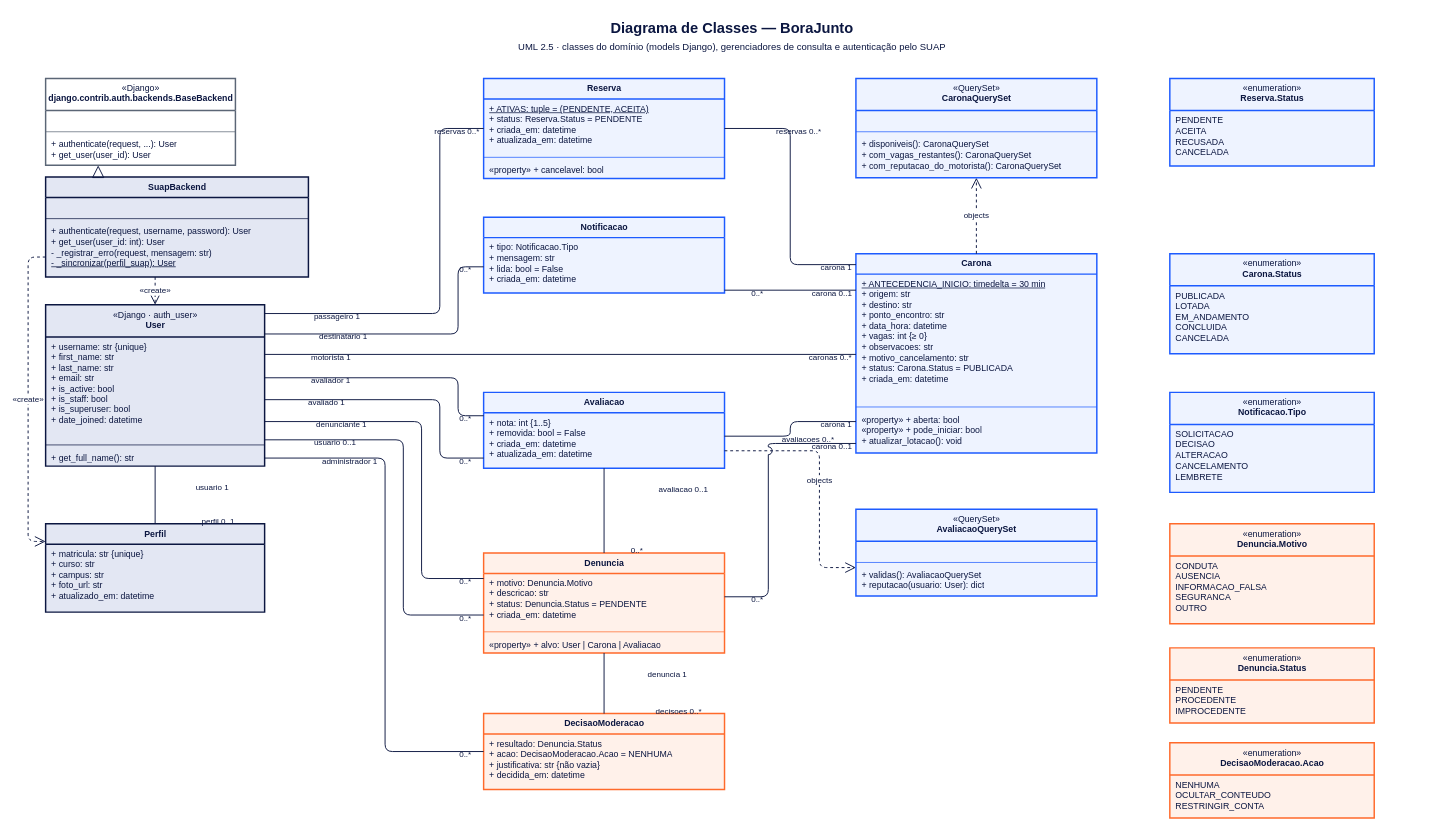
vMatheusCouto/borajunto keeps this draw.io diagram as docs/diagrama-de-classes.drawio. Above is the earlier version. Source tidied: cells renumbered, new cells numbered last; positions are measured from the earlier drawing's top-left corner, leaving out a move shared by most shapes. Both pictures are drawn from the tidied source at 73%, with x=0, y=0 at pixel (28, 12).
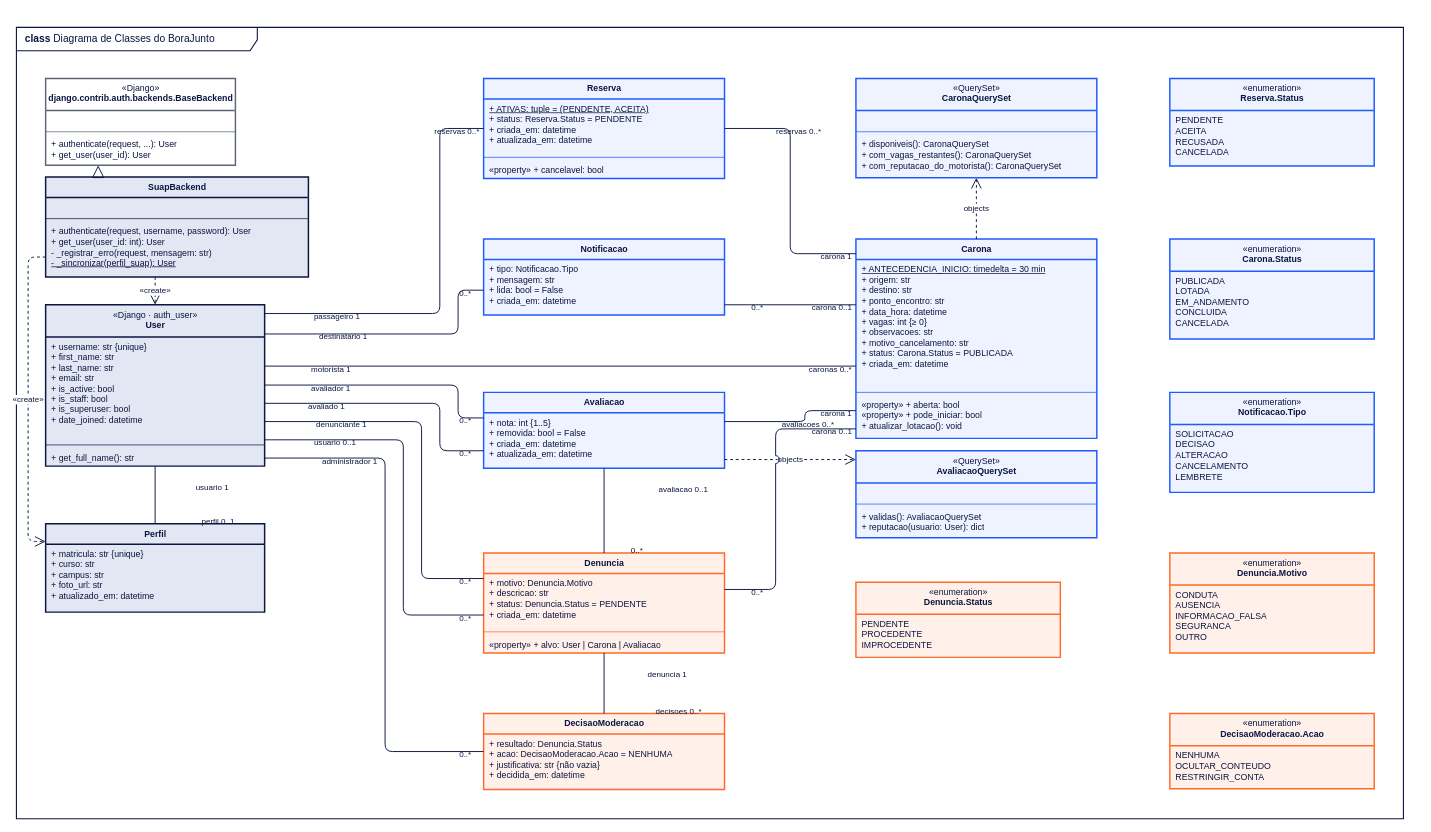
After the change.

Commit message (it also covers changes not shown here):
docs: usa a moldura UML e reorganiza o diagrama de classes

The change refers to these unchanged cells:
```xml
<mxCell id="12" value="«Django · auth_user»&lt;br&gt;&lt;b&gt;User&lt;/b&gt;" style="swimlane;html=1;fontStyle=0;align=center;verticalAlign=top;horizontal=1;startSize=44;fillColor=#E3E7F3;swimlaneFillColor=#E3E7F3;strokeColor=#0B1640;strokeWidth=2;fontColor=#0B1640;fontFamily=Helvetica;fontSize=12;" parent="1" vertex="1">
  <mxGeometry x="24" y="400" width="300" height="221" as="geometry" />
</mxCell>
<mxCell id="18" value="&lt;b&gt;Reserva&lt;/b&gt;" style="swimlane;html=1;fontStyle=0;align=center;verticalAlign=top;horizontal=1;startSize=28;fillColor=#EEF3FF;swimlaneFillColor=#EEF3FF;strokeColor=#1D5BFF;strokeWidth=2;fontColor=#0B1640;fontFamily=Helvetica;fontSize=12;" parent="1" vertex="1">
  <mxGeometry x="624" y="90" width="330" height="137" as="geometry" />
</mxCell>
<mxCell id="24" value="&lt;b&gt;Avaliacao&lt;/b&gt;" style="swimlane;html=1;fontStyle=0;align=center;verticalAlign=top;horizontal=1;startSize=28;fillColor=#EEF3FF;swimlaneFillColor=#EEF3FF;strokeColor=#1D5BFF;strokeWidth=2;fontColor=#0B1640;fontFamily=Helvetica;fontSize=12;" parent="1" vertex="1">
  <mxGeometry x="624" y="520" width="330" height="104" as="geometry" />
</mxCell>
<mxCell id="26" value="&lt;b&gt;Denuncia&lt;/b&gt;" style="swimlane;html=1;fontStyle=0;align=center;verticalAlign=top;horizontal=1;startSize=28;fillColor=#FFF1EA;swimlaneFillColor=#FFF1EA;strokeColor=#FF6A2B;strokeWidth=2;fontColor=#0B1640;fontFamily=Helvetica;fontSize=12;" parent="1" vertex="1">
  <mxGeometry x="624" y="740" width="330" height="137" as="geometry" />
</mxCell>
```

Change to the diagram source:
```diff
@@
-    <mxCell id="2" value="Diagrama de Classes — BoraJunto" style="text;html=1;align=center;verticalAlign=middle;fontFamily=Helvetica;fontSize=20;fontColor=#0B1640;fontStyle=1;" parent="1" vertex="1">
-      <mxGeometry x="24" width="1880" height="40" as="geometry" />
-    </mxCell>
-    <mxCell id="3" value="UML 2.5 · classes do domínio (models Django), gerenciadores de consulta e autenticação pelo SUAP" style="text;html=1;align=center;verticalAlign=middle;fontFamily=Helvetica;fontSize=13;fontColor=#0B1640;fontStyle=0;" parent="1" vertex="1">
-      <mxGeometry x="24" y="34" width="1880" height="24" as="geometry" />
-    </mxCell>
+    <mxCell id="106" value="&lt;b&gt;class&lt;/b&gt; Diagrama de Classes do BoraJunto" style="shape=umlFrame;whiteSpace=wrap;html=1;width=330;height=32;boundedLbl=1;verticalAlign=middle;align=left;spacingLeft=10;fillColor=none;swimlaneFillColor=none;strokeColor=#0B1640;strokeWidth=1.5;fontColor=#0B1640;fontFamily=Helvetica;fontSize=14;" parent="1" vertex="1">
+      <mxGeometry x="-16" y="20" width="1900" height="1084" as="geometry" />
+    </mxCell>
@@
     <mxCell id="22" value="&lt;b&gt;Notificacao&lt;/b&gt;" style="swimlane;html=1;fontStyle=0;align=center;verticalAlign=top;horizontal=1;startSize=28;fillColor=#EEF3FF;swimlaneFillColor=#EEF3FF;strokeColor=#1D5BFF;strokeWidth=2;fontColor=#0B1640;fontFamily=Helvetica;fontSize=12;" parent="1" vertex="1">
-      <mxGeometry x="624" y="280" width="330" height="104" as="geometry" />
+      <mxGeometry x="624" y="310" width="330" height="104" as="geometry" />
     </mxCell>
@@
     <mxCell id="36" value="&lt;b&gt;Carona&lt;/b&gt;" style="swimlane;html=1;fontStyle=0;align=center;verticalAlign=top;horizontal=1;startSize=28;fillColor=#EEF3FF;swimlaneFillColor=#EEF3FF;strokeColor=#1D5BFF;strokeWidth=2;fontColor=#0B1640;fontFamily=Helvetica;fontSize=12;" parent="1" vertex="1">
-      <mxGeometry x="1134" y="330" width="330" height="273" as="geometry" />
+      <mxGeometry x="1134" y="310" width="330" height="273" as="geometry" />
     </mxCell>
@@
     <mxCell id="40" value="«QuerySet»&lt;br&gt;&lt;b&gt;AvaliacaoQuerySet&lt;/b&gt;" style="swimlane;html=1;fontStyle=0;align=center;verticalAlign=top;horizontal=1;startSize=44;fillColor=#EEF3FF;swimlaneFillColor=#EEF3FF;strokeColor=#1D5BFF;strokeWidth=2;fontColor=#0B1640;fontFamily=Helvetica;fontSize=12;" parent="1" vertex="1">
-      <mxGeometry x="1134" y="680" width="330" height="119" as="geometry" />
+      <mxGeometry x="1134" y="600" width="330" height="119" as="geometry" />
     </mxCell>
@@
     <mxCell id="44" value="«enumeration»&lt;br&gt;&lt;b&gt;Carona.Status&lt;/b&gt;" style="swimlane;html=1;fontStyle=0;align=center;verticalAlign=top;horizontal=1;startSize=44;fillColor=#EEF3FF;swimlaneFillColor=#EEF3FF;strokeColor=#1D5BFF;strokeWidth=2;fontColor=#0B1640;fontFamily=Helvetica;fontSize=12;" parent="1" vertex="1">
-      <mxGeometry x="1564" y="330" width="280" height="137" as="geometry" />
+      <mxGeometry x="1564" y="310" width="280" height="137" as="geometry" />
     </mxCell>
@@
     <mxCell id="50" value="«enumeration»&lt;br&gt;&lt;b&gt;Denuncia.Motivo&lt;/b&gt;" style="swimlane;html=1;fontStyle=0;align=center;verticalAlign=top;horizontal=1;startSize=44;fillColor=#FFF1EA;swimlaneFillColor=#FFF1EA;strokeColor=#FF6A2B;strokeWidth=2;fontColor=#0B1640;fontFamily=Helvetica;fontSize=12;" parent="1" vertex="1">
-      <mxGeometry x="1564" y="700" width="280" height="137" as="geometry" />
+      <mxGeometry x="1564" y="740" width="280" height="137" as="geometry" />
     </mxCell>
@@
     <mxCell id="52" value="«enumeration»&lt;br&gt;&lt;b&gt;Denuncia.Status&lt;/b&gt;" style="swimlane;html=1;fontStyle=0;align=center;verticalAlign=top;horizontal=1;startSize=44;fillColor=#FFF1EA;swimlaneFillColor=#FFF1EA;strokeColor=#FF6A2B;strokeWidth=2;fontColor=#0B1640;fontFamily=Helvetica;fontSize=12;" parent="1" vertex="1">
-      <mxGeometry x="1564" y="870" width="280" height="103" as="geometry" />
+      <mxGeometry x="1134" y="780" width="280" height="103" as="geometry" />
     </mxCell>
@@
     <mxCell id="54" value="«enumeration»&lt;br&gt;&lt;b&gt;DecisaoModeracao.Acao&lt;/b&gt;" style="swimlane;html=1;fontStyle=0;align=center;verticalAlign=top;horizontal=1;startSize=44;fillColor=#FFF1EA;swimlaneFillColor=#FFF1EA;strokeColor=#FF6A2B;strokeWidth=2;fontColor=#0B1640;fontFamily=Helvetica;fontSize=12;" parent="1" vertex="1">
-      <mxGeometry x="1564" y="1000" width="280" height="103" as="geometry" />
+      <mxGeometry x="1564" y="960" width="280" height="103" as="geometry" />
     </mxCell>
@@
-    <mxCell id="60" value="objects" style="edgeStyle=orthogonalEdgeStyle;rounded=1;html=1;jumpStyle=arc;jumpSize=10;strokeColor=#0B1640;strokeWidth=1.3;fontFamily=Helvetica;fontSize=11;fontColor=#0B1640;endArrow=open;endSize=12;dashed=1;startArrow=none;exitX=1;exitY=0.7692;exitDx=0;exitDy=0;entryX=0;entryY=0.6723;entryDx=0;entryDy=0;" parent="1" edge="1" source="24" target="40">
-      <mxGeometry relative="1" as="geometry">
-        <Array as="points">
-          <mxPoint x="1084" y="600" />
-          <mxPoint x="1084" y="760" />
-        </Array>
-      </mxGeometry>
+    <mxCell id="60" value="objects" style="edgeStyle=orthogonalEdgeStyle;rounded=1;html=1;jumpStyle=arc;jumpSize=10;strokeColor=#0B1640;strokeWidth=1.3;fontFamily=Helvetica;fontSize=11;fontColor=#0B1640;endArrow=open;endSize=12;dashed=1;startArrow=none;exitX=1;exitY=0.8846;exitDx=0;exitDy=0;entryX=0;entryY=0.1008;entryDx=0;entryDy=0;" parent="1" edge="1" source="24" target="40">
+      <mxGeometry relative="1" as="geometry" />
     </mxCell>
@@
-    <mxCell id="67" style="edgeStyle=orthogonalEdgeStyle;rounded=1;html=1;jumpStyle=arc;jumpSize=10;strokeColor=#0B1640;strokeWidth=1.3;fontFamily=Helvetica;fontSize=11;fontColor=#0B1640;endArrow=none;startArrow=none;exitX=1;exitY=0.181;exitDx=0;exitDy=0;entryX=0;entryY=0.6538;entryDx=0;entryDy=0;" parent="1" edge="1" source="12" target="22">
+    <mxCell id="67" style="edgeStyle=orthogonalEdgeStyle;rounded=1;html=1;jumpStyle=arc;jumpSize=10;strokeColor=#0B1640;strokeWidth=1.3;fontFamily=Helvetica;fontSize=11;fontColor=#0B1640;endArrow=none;startArrow=none;exitX=1;exitY=0.181;exitDx=0;exitDy=0;entryX=0;entryY=0.6731;entryDx=0;entryDy=0;" parent="1" edge="1" source="12" target="22">
       <mxGeometry relative="1" as="geometry">
         <Array as="points">
           <mxPoint x="589" y="440" />
-          <mxPoint x="589" y="348" />
+          <mxPoint x="589" y="380" />
         </Array>
       </mxGeometry>
     </mxCell>
@@
-    <mxCell id="70" style="edgeStyle=orthogonalEdgeStyle;rounded=1;html=1;jumpStyle=arc;jumpSize=10;strokeColor=#0B1640;strokeWidth=1.3;fontFamily=Helvetica;fontSize=11;fontColor=#0B1640;endArrow=none;startArrow=none;exitX=1;exitY=0.3077;exitDx=0;exitDy=0;entryX=0;entryY=0.5055;entryDx=0;entryDy=0;" parent="1" edge="1" source="12" target="36">
+    <mxCell id="70" style="edgeStyle=orthogonalEdgeStyle;rounded=1;html=1;jumpStyle=arc;jumpSize=10;strokeColor=#0B1640;strokeWidth=1.3;fontFamily=Helvetica;fontSize=11;fontColor=#0B1640;endArrow=none;startArrow=none;exitX=1;exitY=0.3801;exitDx=0;exitDy=0;entryX=0;entryY=0.6374;entryDx=0;entryDy=0;" parent="1" edge="1" source="12" target="36">
       <mxGeometry relative="1" as="geometry" />
     </mxCell>
@@
-    <mxCell id="73" style="edgeStyle=orthogonalEdgeStyle;rounded=1;html=1;jumpStyle=arc;jumpSize=10;strokeColor=#0B1640;strokeWidth=1.3;fontFamily=Helvetica;fontSize=11;fontColor=#0B1640;endArrow=none;startArrow=none;exitX=1;exitY=0.4525;exitDx=0;exitDy=0;entryX=0;entryY=0.3077;entryDx=0;entryDy=0;" parent="1" edge="1" source="12" target="24">
+    <mxCell id="73" style="edgeStyle=orthogonalEdgeStyle;rounded=1;html=1;jumpStyle=arc;jumpSize=10;strokeColor=#0B1640;strokeWidth=1.3;fontFamily=Helvetica;fontSize=11;fontColor=#0B1640;endArrow=none;startArrow=none;exitX=1;exitY=0.4977;exitDx=0;exitDy=0;entryX=0;entryY=0.3365;entryDx=0;entryDy=0;" parent="1" edge="1" source="12" target="24">
       <mxGeometry relative="1" as="geometry">
         <Array as="points">
-          <mxPoint x="589" y="500" />
-          <mxPoint x="589" y="552" />
+          <mxPoint x="589" y="510" />
+          <mxPoint x="589" y="555" />
         </Array>
       </mxGeometry>
     </mxCell>
@@
-    <mxCell id="76" style="edgeStyle=orthogonalEdgeStyle;rounded=1;html=1;jumpStyle=arc;jumpSize=10;strokeColor=#0B1640;strokeWidth=1.3;fontFamily=Helvetica;fontSize=11;fontColor=#0B1640;endArrow=none;startArrow=none;exitX=1;exitY=0.5882;exitDx=0;exitDy=0;entryX=0;entryY=0.8654;entryDx=0;entryDy=0;" parent="1" edge="1" source="12" target="24">
+    <mxCell id="76" style="edgeStyle=orthogonalEdgeStyle;rounded=1;html=1;jumpStyle=arc;jumpSize=10;strokeColor=#0B1640;strokeWidth=1.3;fontFamily=Helvetica;fontSize=11;fontColor=#0B1640;endArrow=none;startArrow=none;exitX=1;exitY=0.6109;exitDx=0;exitDy=0;entryX=0;entryY=0.7692;entryDx=0;entryDy=0;" parent="1" edge="1" source="12" target="24">
       <mxGeometry relative="1" as="geometry">
         <Array as="points">
-          <mxPoint x="564" y="530" />
-          <mxPoint x="564" y="610" />
+          <mxPoint x="564" y="535" />
+          <mxPoint x="564" y="600" />
         </Array>
       </mxGeometry>
     </mxCell>
@@
-    <mxCell id="88" style="edgeStyle=orthogonalEdgeStyle;rounded=1;html=1;jumpStyle=arc;jumpSize=10;strokeColor=#0B1640;strokeWidth=1.3;fontFamily=Helvetica;fontSize=11;fontColor=#0B1640;endArrow=none;startArrow=none;exitX=0;exitY=0.0549;exitDx=0;exitDy=0;entryX=1;entryY=0.5;entryDx=0;entryDy=0;" parent="1" edge="1" source="36" target="18">
+    <mxCell id="88" style="edgeStyle=orthogonalEdgeStyle;rounded=1;html=1;jumpStyle=arc;jumpSize=10;strokeColor=#0B1640;strokeWidth=1.3;fontFamily=Helvetica;fontSize=11;fontColor=#0B1640;endArrow=none;startArrow=none;exitX=0;exitY=0.0733;exitDx=0;exitDy=0;entryX=1;entryY=0.5;entryDx=0;entryDy=0;" parent="1" edge="1" source="36" target="18">
       <mxGeometry relative="1" as="geometry">
         <Array as="points">
-          <mxPoint x="1044" y="345" />
+          <mxPoint x="1044" y="330" />
           <mxPoint x="1044" y="158.5" />
         </Array>
       </mxGeometry>
     </mxCell>
@@
-    <mxCell id="91" style="edgeStyle=orthogonalEdgeStyle;rounded=1;html=1;jumpStyle=arc;jumpSize=10;strokeColor=#0B1640;strokeWidth=1.3;fontFamily=Helvetica;fontSize=11;fontColor=#0B1640;endArrow=none;startArrow=none;exitX=0;exitY=0.1832;exitDx=0;exitDy=0;entryX=1;entryY=0.9615;entryDx=0;entryDy=0;" parent="1" edge="1" source="36" target="22">
+    <mxCell id="91" style="edgeStyle=orthogonalEdgeStyle;rounded=1;html=1;jumpStyle=arc;jumpSize=10;strokeColor=#0B1640;strokeWidth=1.3;fontFamily=Helvetica;fontSize=11;fontColor=#0B1640;endArrow=none;startArrow=none;exitX=0;exitY=0.3297;exitDx=0;exitDy=0;entryX=1;entryY=0.8654;entryDx=0;entryDy=0;" parent="1" edge="1" source="36" target="22">
       <mxGeometry relative="1" as="geometry" />
     </mxCell>
@@
-    <mxCell id="94" style="edgeStyle=orthogonalEdgeStyle;rounded=1;html=1;jumpStyle=arc;jumpSize=10;strokeColor=#0B1640;strokeWidth=1.3;fontFamily=Helvetica;fontSize=11;fontColor=#0B1640;endArrow=none;startArrow=none;exitX=0;exitY=0.8425;exitDx=0;exitDy=0;entryX=1;entryY=0.5769;entryDx=0;entryDy=0;" parent="1" edge="1" source="36" target="24">
+    <mxCell id="94" style="edgeStyle=orthogonalEdgeStyle;rounded=1;html=1;jumpStyle=arc;jumpSize=10;strokeColor=#0B1640;strokeWidth=1.3;fontFamily=Helvetica;fontSize=11;fontColor=#0B1640;endArrow=none;startArrow=none;exitX=0;exitY=0.8608;exitDx=0;exitDy=0;entryX=1;entryY=0.3846;entryDx=0;entryDy=0;" parent="1" edge="1" source="36" target="24">
       <mxGeometry relative="1" as="geometry">
         <Array as="points">
-          <mxPoint x="1044" y="560" />
-          <mxPoint x="1044" y="580" />
+          <mxPoint x="1064" y="545" />
+          <mxPoint x="1064" y="560" />
         </Array>
       </mxGeometry>
     </mxCell>
@@
-    <mxCell id="97" style="edgeStyle=orthogonalEdgeStyle;rounded=1;html=1;jumpStyle=arc;jumpSize=10;strokeColor=#0B1640;strokeWidth=1.3;fontFamily=Helvetica;fontSize=11;fontColor=#0B1640;endArrow=none;startArrow=none;exitX=0;exitY=0.9524;exitDx=0;exitDy=0;entryX=1;entryY=0.438;entryDx=0;entryDy=0;" parent="1" edge="1" source="36" target="26">
+    <mxCell id="97" style="edgeStyle=orthogonalEdgeStyle;rounded=1;html=1;jumpStyle=arc;jumpSize=10;strokeColor=#0B1640;strokeWidth=1.3;fontFamily=Helvetica;fontSize=11;fontColor=#0B1640;endArrow=none;startArrow=none;exitX=0;exitY=0.9524;exitDx=0;exitDy=0;entryX=1;entryY=0.365;entryDx=0;entryDy=0;" parent="1" edge="1" source="36" target="26">
       <mxGeometry relative="1" as="geometry">
         <Array as="points">
-          <mxPoint x="1014" y="590" />
-          <mxPoint x="1014" y="800" />
+          <mxPoint x="1024" y="570" />
+          <mxPoint x="1024" y="790" />
         </Array>
       </mxGeometry>
     </mxCell>
```
